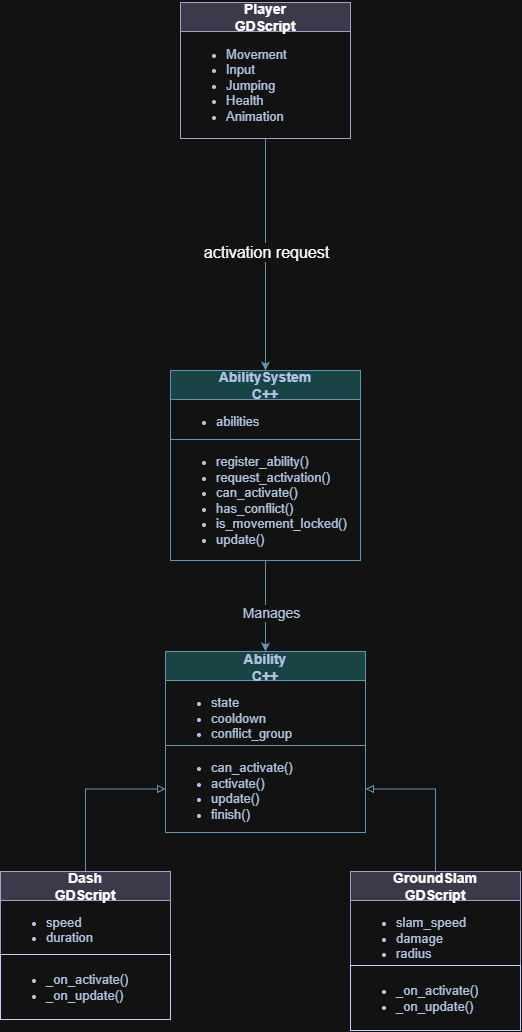
Foxsia/3Dplatformer keeps this draw.io diagram as docs/diagrams/ability-class-diagram.png. Above is the earlier version. Source tidied: cells renumbered, new cells last; positions are measured from the earlier drawing's top-left corner, leaving out a move shared by most shapes.
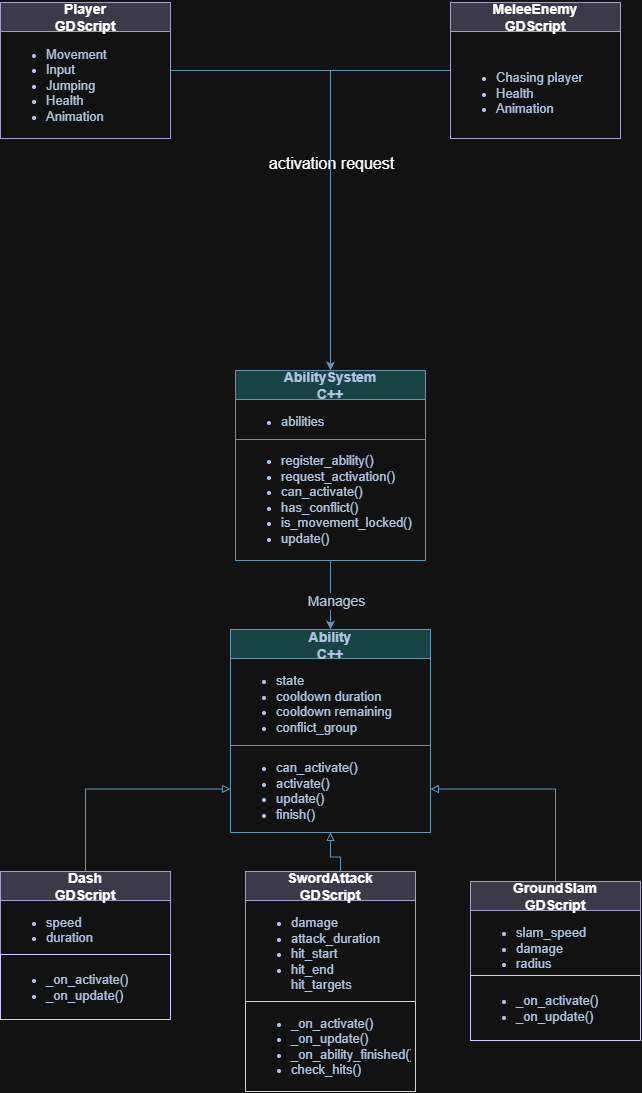
After the commit.

Commit message:
change diagrams to suit current architecture

What changed in the source:
```diff
@@ -3,13 +3,13 @@
     <mxCell id="0" />
     <mxCell id="1" parent="0" />
     <mxCell id="2" value="&lt;div&gt;&lt;font style=&quot;font-size: 14px;&quot;&gt;&lt;br&gt;&lt;/font&gt;&lt;/div&gt;&lt;font style=&quot;font-size: 14px;&quot;&gt;Ability&lt;/font&gt;&lt;div&gt;&lt;font style=&quot;font-size: 14px;&quot;&gt;C++&lt;/font&gt;&lt;/div&gt;&lt;div&gt;&lt;br&gt;&lt;/div&gt;" style="swimlane;fontStyle=1;align=center;verticalAlign=middle;horizontal=1;startSize=29;html=1;whiteSpace=wrap;strokeColor=#457B9D;fontColor=#1D3557;fillColor=#A8DADC;labelBackgroundColor=none;" parent="1" vertex="1">
-      <mxGeometry x="165" y="649" width="200" height="181" as="geometry" />
+      <mxGeometry x="165" y="627" width="200" height="203" as="geometry" />
     </mxCell>
-    <mxCell id="3" value="&lt;ul&gt;&lt;li&gt;&lt;font style=&quot;font-size: 13px;&quot;&gt;state&lt;/font&gt;&lt;/li&gt;&lt;li&gt;&lt;font style=&quot;font-size: 13px;&quot;&gt;cooldown&lt;/font&gt;&lt;/li&gt;&lt;li&gt;&lt;font style=&quot;font-size: 13px;&quot;&gt;conflict_group&lt;/font&gt;&lt;/li&gt;&lt;/ul&gt;" style="text;html=1;strokeColor=none;fillColor=none;align=left;verticalAlign=middle;spacingLeft=4;spacingRight=4;overflow=hidden;whiteSpace=wrap;fontColor=#1D3557;labelBackgroundColor=none;" parent="2" vertex="1">
-      <mxGeometry y="29" width="200" height="65" as="geometry" />
+    <mxCell id="3" value="&lt;ul&gt;&lt;li&gt;&lt;font style=&quot;font-size: 13px;&quot;&gt;state&lt;/font&gt;&lt;/li&gt;&lt;li&gt;&lt;font style=&quot;font-size: 13px;&quot;&gt;cooldown duration&lt;/font&gt;&lt;/li&gt;&lt;li&gt;&lt;font style=&quot;font-size: 13px;&quot;&gt;cooldown remaining&lt;/font&gt;&lt;/li&gt;&lt;li&gt;&lt;font style=&quot;font-size: 13px;&quot;&gt;conflict_group&lt;/font&gt;&lt;/li&gt;&lt;/ul&gt;" style="text;html=1;strokeColor=none;fillColor=none;align=left;verticalAlign=middle;spacingLeft=4;spacingRight=4;overflow=hidden;whiteSpace=wrap;fontColor=#1D3557;labelBackgroundColor=none;" parent="2" vertex="1">
+      <mxGeometry y="29" width="200" height="87" as="geometry" />
     </mxCell>
     <mxCell id="4" value="&lt;ul&gt;&lt;li&gt;&lt;font style=&quot;font-size: 13px;&quot;&gt;can_activate()&lt;/font&gt;&lt;/li&gt;&lt;li&gt;&lt;font style=&quot;font-size: 13px;&quot;&gt;activate()&lt;/font&gt;&lt;/li&gt;&lt;li&gt;&lt;font style=&quot;font-size: 13px;&quot;&gt;update()&lt;/font&gt;&lt;/li&gt;&lt;li&gt;&lt;font style=&quot;font-size: 13px;&quot;&gt;finish()&lt;/font&gt;&lt;/li&gt;&lt;/ul&gt;" style="text;html=1;strokeColor=#457B9D;fillColor=none;align=left;verticalAlign=middle;spacingLeft=4;spacingRight=4;overflow=hidden;points=[[0,0.5],[1,0.5]];portConstraint=eastwest;whiteSpace=wrap;fontColor=#1D3557;perimeterSpacing=0;strokeWidth=1;labelBackgroundColor=none;" parent="2" vertex="1">
-      <mxGeometry y="94" width="200" height="87" as="geometry" />
+      <mxGeometry y="116" width="200" height="87" as="geometry" />
     </mxCell>
     <mxCell id="5" style="edgeStyle=orthogonalEdgeStyle;rounded=0;jettySize=auto;html=1;entryX=0.5;entryY=0;entryDx=0;entryDy=0;strokeColor=#457B9D;fontColor=#1D3557;fillColor=#A8DADC;" parent="1" edge="1" source="7" target="11">
       <mxGeometry relative="1" as="geometry" />
@@ -20,7 +20,7 @@
       </mxGeometry>
     </mxCell>
     <mxCell id="7" value="&lt;font style=&quot;font-size: 14px;&quot;&gt;Player&lt;/font&gt;&lt;div&gt;&lt;font style=&quot;font-size: 14px;&quot;&gt;GDScript&lt;/font&gt;&lt;/div&gt;" style="swimlane;fontStyle=1;align=center;verticalAlign=middle;horizontal=1;startSize=29;html=1;whiteSpace=wrap;strokeColor=#56517e;fillColor=#d0cee2;" parent="1" vertex="1">
-      <mxGeometry x="180" width="170" height="136" as="geometry" />
+      <mxGeometry x="-65" width="170" height="136" as="geometry" />
     </mxCell>
     <mxCell id="8" value="&lt;ul&gt;&lt;li&gt;&lt;span style=&quot;font-size: 13px;&quot;&gt;Movement&lt;/span&gt;&lt;/li&gt;&lt;li&gt;&lt;span style=&quot;font-size: 13px;&quot;&gt;Input&lt;/span&gt;&lt;/li&gt;&lt;li&gt;&lt;span style=&quot;font-size: 13px;&quot;&gt;Jumping&lt;/span&gt;&lt;/li&gt;&lt;li&gt;&lt;span style=&quot;font-size: 13px;&quot;&gt;Health&lt;/span&gt;&lt;/li&gt;&lt;li&gt;&lt;span style=&quot;font-size: 13px;&quot;&gt;Animation&lt;/span&gt;&lt;/li&gt;&lt;/ul&gt;" style="text;html=1;strokeColor=none;fillColor=none;align=left;verticalAlign=middle;spacingLeft=4;spacingRight=4;overflow=hidden;whiteSpace=wrap;fontColor=#1D3557;" parent="7" vertex="1">
       <mxGeometry y="29" width="170" height="107" as="geometry" />
@@ -44,7 +44,7 @@
       <mxGeometry relative="1" as="geometry" />
     </mxCell>
     <mxCell id="15" value="&lt;font style=&quot;font-size: 14px;&quot;&gt;Dash&lt;/font&gt;&lt;div&gt;&lt;font style=&quot;font-size: 14px;&quot;&gt;GDScript&lt;/font&gt;&lt;/div&gt;" style="swimlane;fontStyle=1;align=center;verticalAlign=middle;horizontal=1;startSize=29;html=1;whiteSpace=wrap;strokeColor=#56517e;fillColor=#d0cee2;" parent="1" vertex="1">
-      <mxGeometry y="869" width="170" height="148" as="geometry" />
+      <mxGeometry x="-65" y="869" width="170" height="148" as="geometry" />
     </mxCell>
     <mxCell id="16" value="&lt;ul&gt;&lt;li&gt;&lt;font style=&quot;font-size: 13px;&quot;&gt;speed&lt;/font&gt;&lt;/li&gt;&lt;li&gt;&lt;font style=&quot;font-size: 13px;&quot;&gt;duration&lt;/font&gt;&lt;/li&gt;&lt;/ul&gt;" style="text;html=1;strokeColor=none;fillColor=none;align=left;verticalAlign=middle;spacingLeft=4;spacingRight=4;overflow=hidden;whiteSpace=wrap;fontColor=#1D3557;" parent="15" vertex="1">
       <mxGeometry y="29" width="170" height="54" as="geometry" />
@@ -56,7 +56,7 @@
       <mxGeometry relative="1" as="geometry" />
     </mxCell>
     <mxCell id="19" value="&lt;span style=&quot;font-size: 14px;&quot;&gt;GroundSlam&lt;/span&gt;&lt;div&gt;&lt;span style=&quot;font-size: 14px;&quot;&gt;GDScript&lt;/span&gt;&lt;/div&gt;" style="swimlane;fontStyle=1;align=center;verticalAlign=middle;horizontal=1;startSize=29;html=1;whiteSpace=wrap;strokeColor=#56517e;fillColor=#d0cee2;" parent="1" vertex="1">
-      <mxGeometry x="350" y="869" width="170" height="159" as="geometry" />
+      <mxGeometry x="405" y="879" width="170" height="159" as="geometry" />
     </mxCell>
     <mxCell id="20" value="&lt;ul&gt;&lt;li&gt;&lt;font style=&quot;font-size: 13px;&quot;&gt;slam_speed&lt;br&gt;&lt;/font&gt;&lt;/li&gt;&lt;li&gt;&lt;font style=&quot;font-size: 13px;&quot;&gt;damage&lt;/font&gt;&lt;/li&gt;&lt;li&gt;&lt;font style=&quot;font-size: 13px;&quot;&gt;radius&lt;/font&gt;&lt;/li&gt;&lt;/ul&gt;" style="text;html=1;strokeColor=none;fillColor=none;align=left;verticalAlign=middle;spacingLeft=4;spacingRight=4;overflow=hidden;whiteSpace=wrap;fontColor=#1D3557;" parent="19" vertex="1">
       <mxGeometry y="29" width="170" height="65" as="geometry" />
@@ -64,5 +64,31 @@
     <mxCell id="21" value="&lt;ul&gt;&lt;li&gt;&lt;span style=&quot;font-size: 13px;&quot;&gt;_on_activate()&lt;/span&gt;&lt;/li&gt;&lt;li&gt;&lt;span style=&quot;font-size: 13px;&quot;&gt;_on_update()&lt;/span&gt;&lt;/li&gt;&lt;/ul&gt;" style="text;html=1;strokeColor=light-dark(#D4E1F5,#CCCCFF);fillColor=none;align=left;verticalAlign=middle;spacingLeft=4;spacingRight=4;overflow=hidden;whiteSpace=wrap;fontColor=#1D3557;" parent="19" vertex="1">
       <mxGeometry y="94" width="170" height="65" as="geometry" />
     </mxCell>
+    <mxCell id="22" style="edgeStyle=orthogonalEdgeStyle;rounded=0;jettySize=auto;html=1;entryX=0.5;entryY=1;entryDx=0;entryDy=0;defaultLabelBackgroundColor=gap;fillColor=#1ba1e2;strokeColor=light-dark(#000000,#6493B0);endArrow=block;endFill=0;" parent="1" edge="1" source="23" target="2">
+      <mxGeometry x="0.19" relative="1" as="geometry">
+        <Array as="points">
+          <mxPoint x="275" y="854.5" />
+          <mxPoint x="265" y="854.5" />
+        </Array>
+      </mxGeometry>
+    </mxCell>
+    <mxCell id="23" value="&lt;span style=&quot;font-size: 14px;&quot;&gt;SwordAttack&lt;/span&gt;&lt;br&gt;&lt;div&gt;&lt;span style=&quot;font-size: 14px;&quot;&gt;GDScript&lt;/span&gt;&lt;/div&gt;" style="swimlane;fontStyle=1;align=center;verticalAlign=middle;horizontal=1;startSize=29;html=1;whiteSpace=wrap;strokeColor=#56517e;fillColor=#d0cee2;" parent="1" vertex="1">
+      <mxGeometry x="180" y="869" width="170" height="220" as="geometry" />
+    </mxCell>
+    <mxCell id="24" value="&lt;ul&gt;&lt;li&gt;&lt;span style=&quot;font-size: 13px;&quot;&gt;damage&lt;/span&gt;&lt;/li&gt;&lt;li&gt;&lt;span style=&quot;font-size: 13px;&quot;&gt;attack_duration&lt;/span&gt;&lt;/li&gt;&lt;li&gt;&lt;span style=&quot;font-size: 13px;&quot;&gt;hit_start&lt;/span&gt;&lt;/li&gt;&lt;li&gt;&lt;span style=&quot;font-size: 13px;&quot;&gt;hit_end&lt;/span&gt;&lt;br&gt;&lt;span style=&quot;font-size: 13px;&quot;&gt;hit_targets&lt;/span&gt;&lt;/li&gt;&lt;/ul&gt;" style="text;html=1;strokeColor=none;fillColor=none;align=left;verticalAlign=middle;spacingLeft=4;spacingRight=4;overflow=hidden;whiteSpace=wrap;fontColor=#1D3557;" parent="23" vertex="1">
+      <mxGeometry y="29" width="170" height="101" as="geometry" />
+    </mxCell>
+    <mxCell id="25" value="&lt;ul&gt;&lt;li&gt;&lt;span style=&quot;font-size: 13px;&quot;&gt;_on_activate()&lt;/span&gt;&lt;/li&gt;&lt;li&gt;&lt;span style=&quot;font-size: 13px;&quot;&gt;_on_update()&lt;/span&gt;&lt;/li&gt;&lt;li&gt;&lt;span style=&quot;font-size: 13px;&quot;&gt;_on_ability_finished()&lt;/span&gt;&lt;/li&gt;&lt;li&gt;&lt;span style=&quot;font-size: 13px;&quot;&gt;check_hits()&lt;/span&gt;&lt;/li&gt;&lt;/ul&gt;" style="text;html=1;strokeColor=light-dark(#D4E1F5,#CCCCFF);fillColor=none;align=left;verticalAlign=middle;spacingLeft=4;spacingRight=4;overflow=hidden;whiteSpace=wrap;fontColor=#1D3557;" parent="23" vertex="1">
+      <mxGeometry y="130" width="170" height="90" as="geometry" />
+    </mxCell>
+    <mxCell id="26" style="edgeStyle=orthogonalEdgeStyle;rounded=0;jettySize=auto;html=1;entryX=0.5;entryY=0;entryDx=0;entryDy=0;defaultLabelBackgroundColor=gap;strokeColor=light-dark(#000000,#6493B0);" parent="1" edge="1" source="27" target="11">
+      <mxGeometry relative="1" as="geometry" />
+    </mxCell>
+    <mxCell id="27" value="&lt;div&gt;&lt;font style=&quot;font-size: 14px;&quot;&gt;MeleeEnemy&lt;/font&gt;&lt;/div&gt;&lt;div&gt;&lt;font style=&quot;font-size: 14px;&quot;&gt;GDScript&lt;/font&gt;&lt;/div&gt;" style="swimlane;fontStyle=1;align=center;verticalAlign=middle;horizontal=1;startSize=29;html=1;whiteSpace=wrap;strokeColor=#56517e;fillColor=#d0cee2;" parent="1" vertex="1">
+      <mxGeometry x="385" width="170" height="136" as="geometry" />
+    </mxCell>
+    <mxCell id="28" value="&lt;div&gt;&lt;span style=&quot;font-size: 13px;&quot;&gt;&lt;br&gt;&lt;/span&gt;&lt;/div&gt;&lt;ul&gt;&lt;li&gt;&lt;span style=&quot;font-size: 13px;&quot;&gt;Chasing player&lt;/span&gt;&lt;/li&gt;&lt;li&gt;&lt;span style=&quot;font-size: 13px;&quot;&gt;Health&lt;/span&gt;&lt;/li&gt;&lt;li&gt;&lt;span style=&quot;font-size: 13px;&quot;&gt;Animation&lt;/span&gt;&lt;/li&gt;&lt;/ul&gt;" style="text;html=1;strokeColor=none;fillColor=none;align=left;verticalAlign=middle;spacingLeft=4;spacingRight=4;overflow=hidden;whiteSpace=wrap;fontColor=#1D3557;" parent="27" vertex="1">
+      <mxGeometry y="29" width="170" height="107" as="geometry" />
+    </mxCell>
   </root>
 </mxGraphModel>
```
